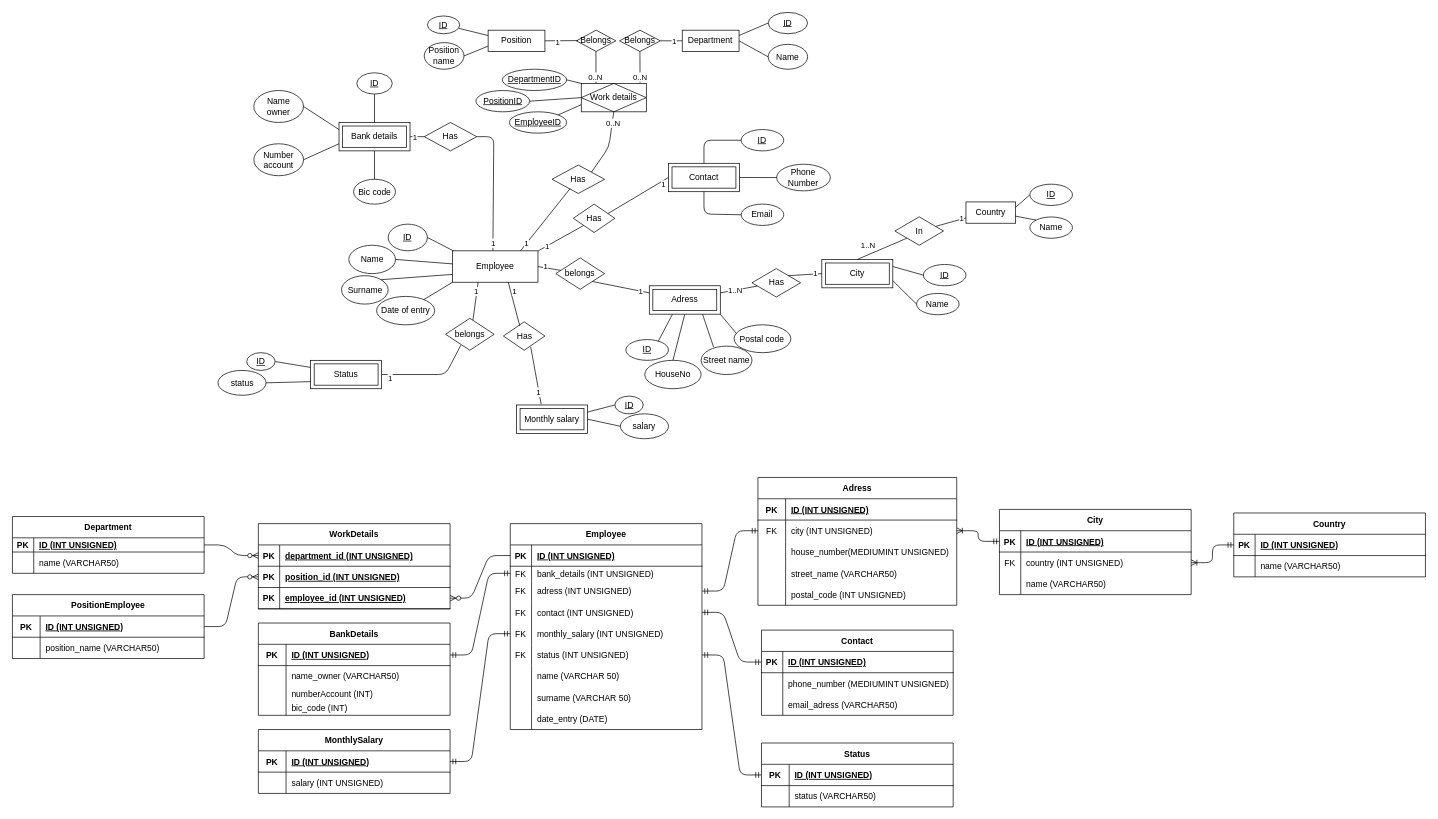
The draw.io diagram Scheme_database.drawio in AntoineD74/Database-project, before the edit. Source tidied: cells renumbered, new cells numbered last; positions are measured from the earlier drawing's top-left corner, leaving out a move shared by most shapes. Both pictures are drawn from the tidied source at 71%, with x=0, y=0 at pixel (12, 12).
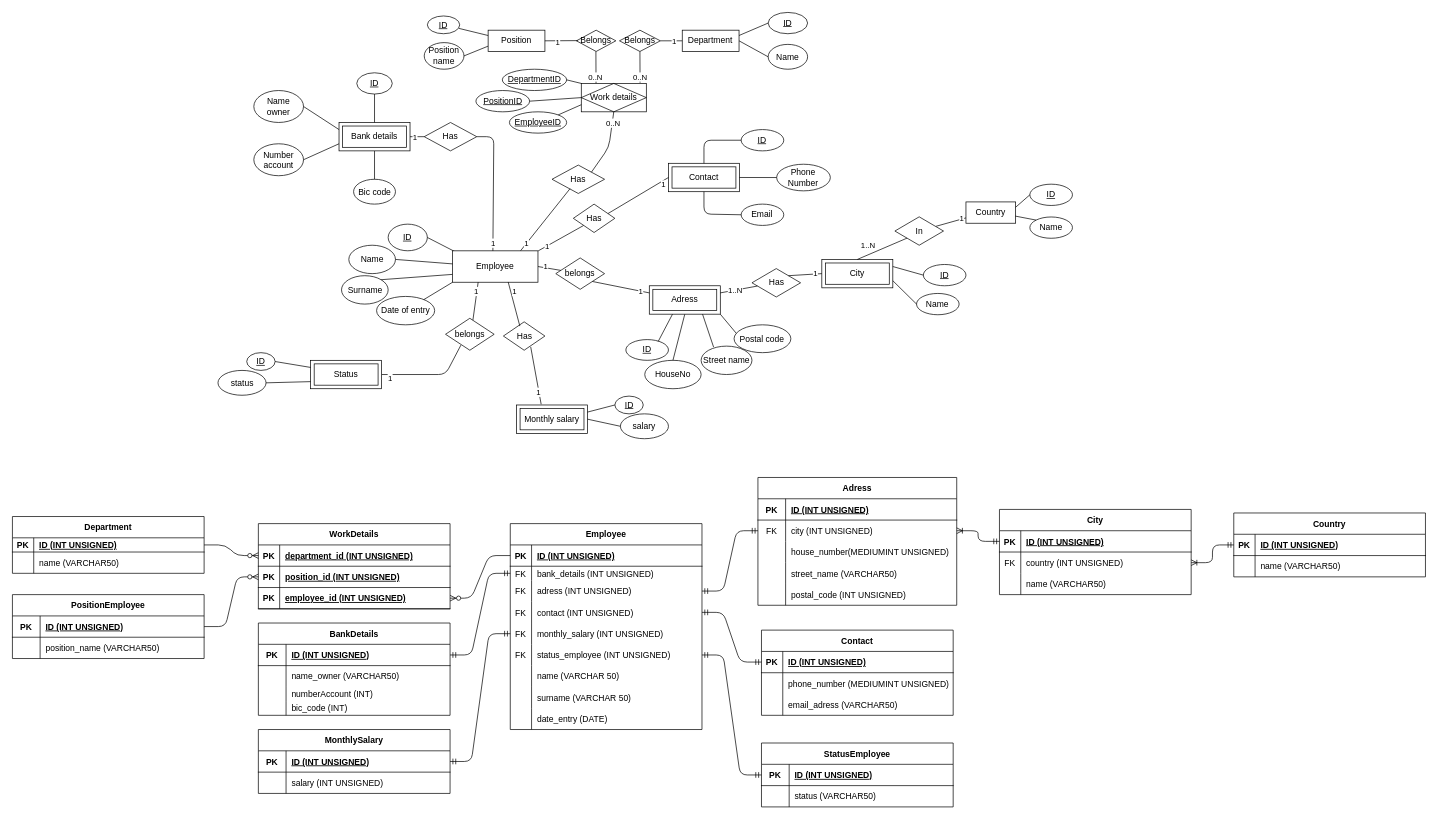
After the change.

The change refers to these unchanged cells:
```xml
<mxCell id="54" style="shape=partialRectangle;fillColor=none;top=0;left=0;bottom=0;right=0;points=[[0,0.5],[1,0.5]];portConstraint=eastwest;" parent="38" vertex="1">
  <mxGeometry y="170" width="270" height="30" as="geometry" />
</mxCell>
```

What changed in the source:
```diff
@@
-    <mxCell id="56" value="status (INT UNSIGNED)" style="shape=partialRectangle;fillColor=none;top=0;left=0;bottom=0;right=0;align=left;spacingLeft=6;overflow=hidden;" parent="54" vertex="1">
+    <mxCell id="56" value="status_employee (INT UNSIGNED)" style="shape=partialRectangle;fillColor=none;top=0;left=0;bottom=0;right=0;align=left;spacingLeft=6;overflow=hidden;" parent="54" vertex="1">
       <mxGeometry x="30" width="240" height="30" as="geometry" />
     </mxCell>
@@
-    <mxCell id="237" value="Status" style="shape=table;startSize=30;childLayout=tableLayout;rowLines=0;fontStyle=1;align=center;" parent="1" vertex="1">
+    <mxCell id="237" value="StatusEmployee" style="shape=table;startSize=30;childLayout=tableLayout;rowLines=0;fontStyle=1;align=center;" parent="1" vertex="1">
       <mxGeometry x="1055" y="1029" width="270" height="90" as="geometry" />
     </mxCell>
```
